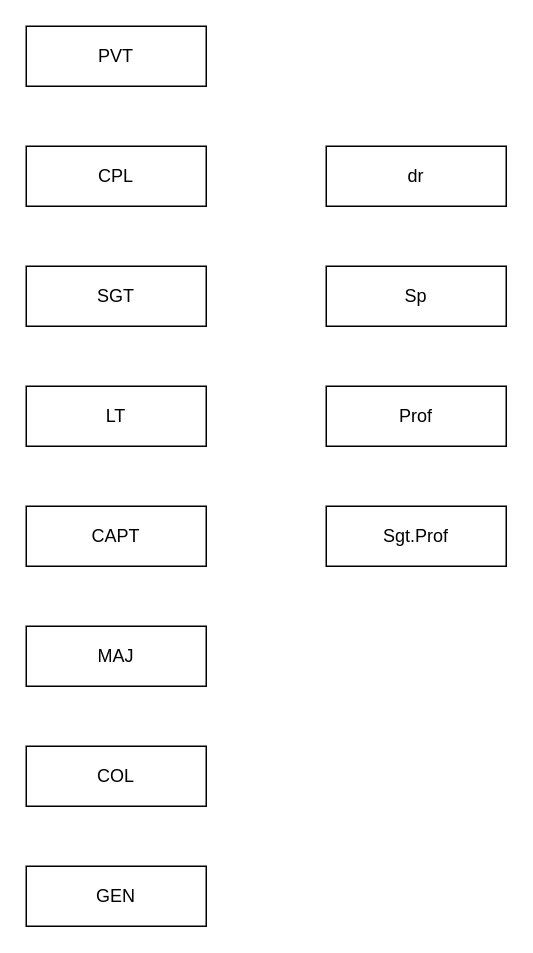
Above: Note Project Core/Propia Shelter/Rank Shelter.drawio in maulanaaghnii/propia (draw.io), before the change. Source tidied: cells renumbered, new cells numbered last; positions are measured from the earlier drawing's top-left corner, leaving out a move shared by most shapes. Both pictures are drawn from the tidied source at 150%, with x=0, y=0 at pixel (26, 26).
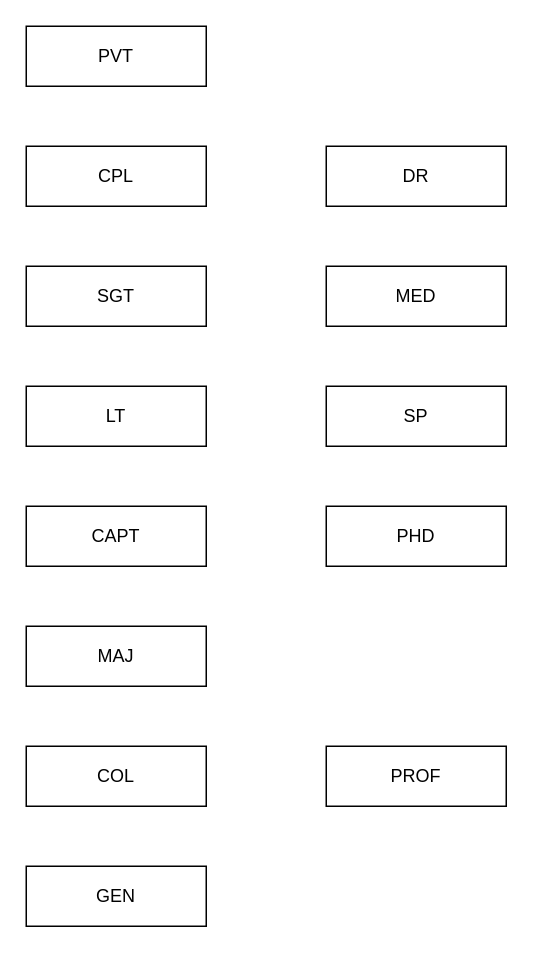
After the change.

Diff of the diagram source:
```diff
@@
 <mxGraphModel>
   <root>
     <mxCell id="0" />
     <mxCell id="1" parent="0" />
-    <mxCell id="2" value="dr" style="rounded=0;whiteSpace=wrap;html=1;" parent="1" vertex="1">
+    <mxCell id="2" value="DR" style="rounded=0;whiteSpace=wrap;html=1;" parent="1" vertex="1">
       <mxGeometry x="200" y="80" width="120" height="40" as="geometry" />
     </mxCell>
-    <mxCell id="3" value="Prof" style="rounded=0;whiteSpace=wrap;html=1;" parent="1" vertex="1">
-      <mxGeometry x="200" y="240" width="120" height="40" as="geometry" />
+    <mxCell id="3" value="PROF" style="rounded=0;whiteSpace=wrap;html=1;" parent="1" vertex="1">
+      <mxGeometry x="200" y="480" width="120" height="40" as="geometry" />
     </mxCell>
-    <mxCell id="4" value="Sgt.Prof" style="rounded=0;whiteSpace=wrap;html=1;" parent="1" vertex="1">
+    <mxCell id="4" value="PHD" style="rounded=0;whiteSpace=wrap;html=1;" parent="1" vertex="1">
       <mxGeometry x="200" y="320" width="120" height="40" as="geometry" />
     </mxCell>
     <mxCell id="5" value="PVT" style="rounded=0;whiteSpace=wrap;html=1;" parent="1" vertex="1">
       <mxGeometry width="120" height="40" as="geometry" />
     </mxCell>
     <mxCell id="6" value="CPL" style="rounded=0;whiteSpace=wrap;html=1;" parent="1" vertex="1">
       <mxGeometry y="80" width="120" height="40" as="geometry" />
     </mxCell>
     <mxCell id="7" value="MAJ" style="rounded=0;whiteSpace=wrap;html=1;" parent="1" vertex="1">
       <mxGeometry y="400" width="120" height="40" as="geometry" />
     </mxCell>
     <mxCell id="8" value="CAPT" style="rounded=0;whiteSpace=wrap;html=1;" parent="1" vertex="1">
       <mxGeometry y="320" width="120" height="40" as="geometry" />
     </mxCell>
     <mxCell id="9" value="LT" style="rounded=0;whiteSpace=wrap;html=1;" parent="1" vertex="1">
       <mxGeometry y="240" width="120" height="40" as="geometry" />
     </mxCell>
     <mxCell id="10" value="SGT" style="rounded=0;whiteSpace=wrap;html=1;" parent="1" vertex="1">
       <mxGeometry y="160" width="120" height="40" as="geometry" />
     </mxCell>
     <mxCell id="11" value="COL" style="rounded=0;whiteSpace=wrap;html=1;" parent="1" vertex="1">
       <mxGeometry y="480" width="120" height="40" as="geometry" />
     </mxCell>
     <mxCell id="12" value="GEN" style="rounded=0;whiteSpace=wrap;html=1;" parent="1" vertex="1">
       <mxGeometry y="560" width="120" height="40" as="geometry" />
     </mxCell>
-    <mxCell id="13" value="Sp" style="rounded=0;whiteSpace=wrap;html=1;" parent="1" vertex="1">
-      <mxGeometry x="200" y="160" width="120" height="40" as="geometry" />
+    <mxCell id="13" value="SP" style="rounded=0;whiteSpace=wrap;html=1;" parent="1" vertex="1">
+      <mxGeometry x="200" y="240" width="120" height="40" as="geometry" />
     </mxCell>
+    <mxCell id="14" value="MED" style="rounded=0;whiteSpace=wrap;html=1;" parent="1" vertex="1">
+      <mxGeometry x="200" y="160" width="120" height="40" as="geometry" />
+    </mxCell>
   </root>
 </mxGraphModel>
```
